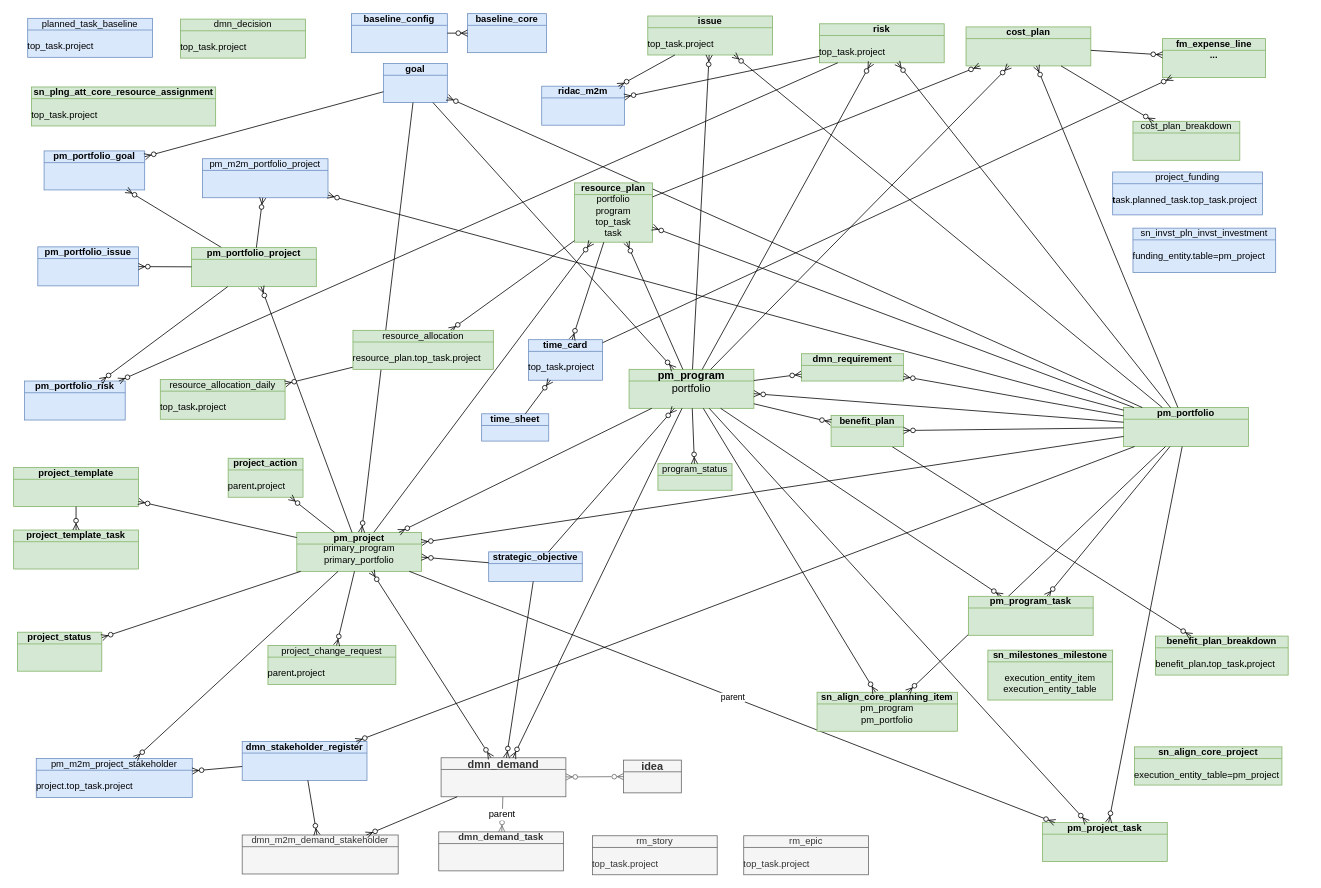
algimas/tmp keeps this draw.io diagram as page "allTables" (3 of 21) of Sar.drawio. Above is the earlier version. Source tidied: cells renumbered, new cells numbered last; positions are measured from the earlier drawing's top-left corner, leaving out a move shared by most shapes. Both pictures are drawn from the tidied source at 78%, with x=0, y=0 at pixel (13, 13).
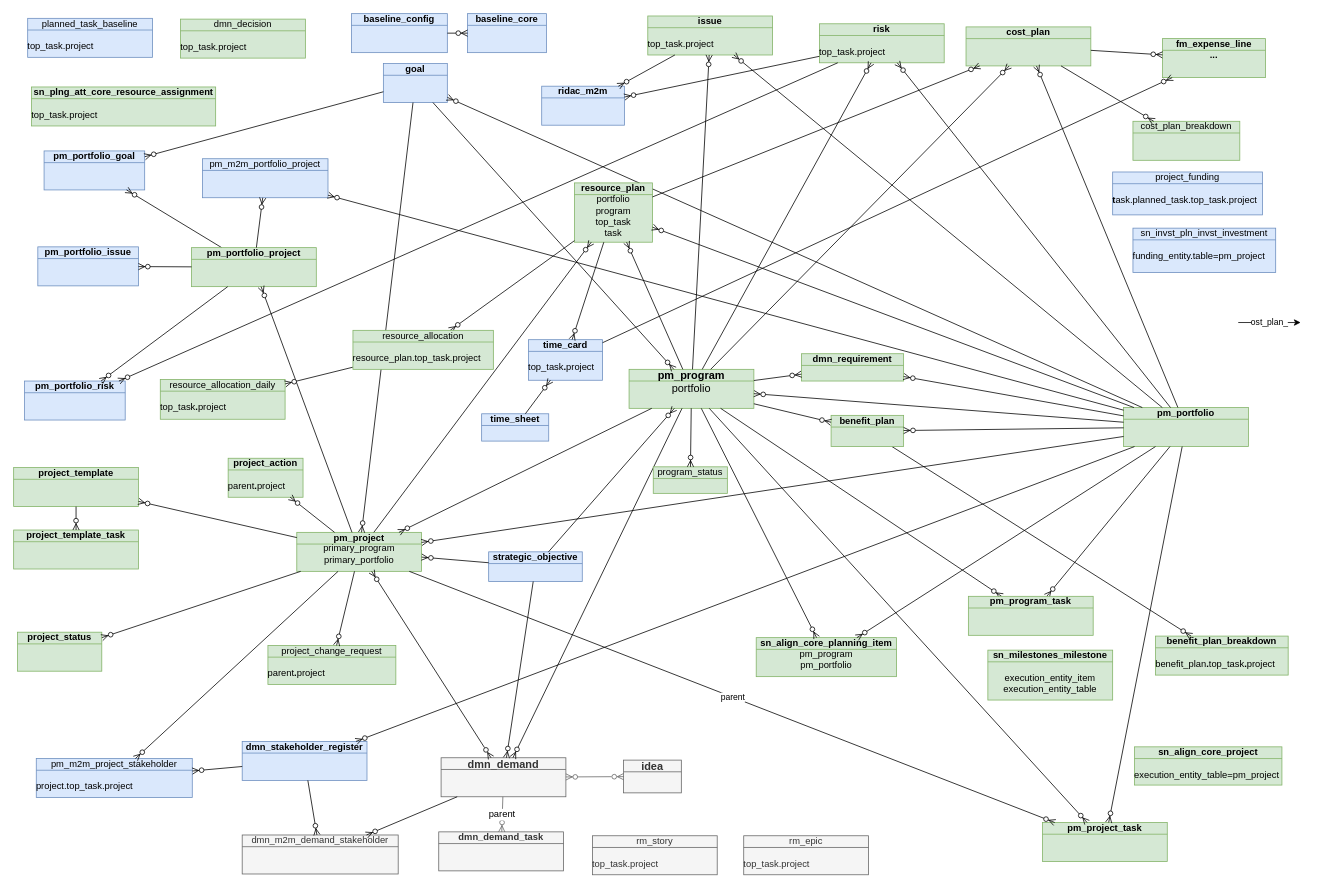
Above is the later version.

The edit, as a diff of the source:
```diff
@@
     <mxCell id="76" value="&lt;div&gt;sn_align_core_planning_item&lt;/div&gt;&lt;div&gt;&lt;span style=&quot;font-weight: normal;&quot;&gt;pm_program&lt;/span&gt;&lt;/div&gt;&lt;div&gt;&lt;span style=&quot;font-weight: normal;&quot;&gt;pm_portfolio&lt;/span&gt;&lt;/div&gt;" style="html=1;outlineConnect=0;whiteSpace=wrap;fillColor=#d5e8d4;shape=mxgraph.archimate3.businessObject;overflow=fill;strokeColor=#82b366;fontStyle=1;" parent="1" vertex="1">
-      <mxGeometry x="1030" y="870" width="180" height="50" as="geometry" />
+      <mxGeometry x="952" y="800" width="180" height="50" as="geometry" />
     </mxCell>
@@
     <mxCell id="98" value="program_status" style="html=1;outlineConnect=0;whiteSpace=wrap;fillColor=#d5e8d4;shape=mxgraph.archimate3.businessObject;overflow=fill;strokeColor=#82b366;fontStyle=0;" parent="1" vertex="1">
-      <mxGeometry x="826" y="577" width="95" height="34" as="geometry" />
+      <mxGeometry x="820" y="581" width="95" height="34" as="geometry" />
     </mxCell>
@@
+    <mxCell id="117" value="ost_plan_" style="edgeStyle=none;orthogonalLoop=1;jettySize=auto;html=1;rounded=0;" parent="1" edge="1">
+      <mxGeometry relative="1" as="geometry">
+        <mxPoint x="1570" y="396" as="sourcePoint" />
+        <mxPoint x="1650" y="396" as="targetPoint" />
+      </mxGeometry>
+    </mxCell>
```
